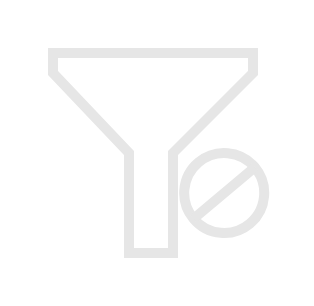
This is drawio/disableFilter.drawio from overturetool/vdm-vscode, a draw.io file, before an edit. Source tidied: cells renumbered, new cells numbered last; positions are measured from the earlier drawing's top-left corner, leaving out a move shared by most shapes. Both pictures are drawn from the tidied source at 200%, with x=0, y=0 at pixel (32, 32).
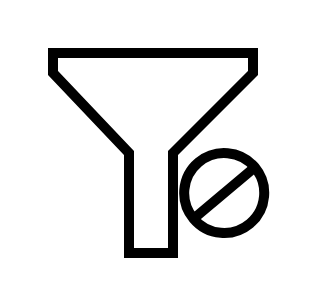
After the change.

Commit message (it also covers changes not shown here):
Change to disableFilter icon

Change to the diagram source:
```diff
@@
 <mxGraphModel>
   <root>
     <mxCell id="0" />
     <mxCell id="1" parent="0" />
     <mxCell id="2" style="whiteSpace=wrap;html=1;strokeWidth=5;strokeColor=none;fillColor=none;" parent="1" vertex="1">
       <mxGeometry width="120" height="120" as="geometry" />
     </mxCell>
-    <mxCell id="3" style="endArrow=none;html=1;strokeWidth=5;rounded=0;strokeColor=#E6E6E6;" parent="1" edge="1">
+    <mxCell id="3" style="endArrow=none;html=1;strokeWidth=5;rounded=0;" parent="1" edge="1">
       <mxGeometry relative="1" as="geometry">
         <mxPoint x="60" y="10" as="sourcePoint" />
         <mxPoint x="60" y="10" as="targetPoint" />
         <Array as="points">
           <mxPoint x="100" y="10" />
           <mxPoint x="110" y="10" />
           <mxPoint x="110" y="20" />
           <mxPoint x="70" y="60" />
           <mxPoint x="70" y="100" />
           <mxPoint x="70" y="110" />
           <mxPoint x="60" y="110" />
           <mxPoint x="48" y="110" />
           <mxPoint x="48" y="100" />
           <mxPoint x="48" y="60" />
           <mxPoint x="10" y="20" />
           <mxPoint x="10" y="10" />
           <mxPoint x="20" y="10" />
         </Array>
       </mxGeometry>
     </mxCell>
-    <mxCell id="4" style="shape=lineEllipse;line=vertical;perimeter=ellipsePerimeter;whiteSpace=wrap;html=1;backgroundOutline=1;rotation=50;strokeWidth=5;fillColor=none;strokeColor=#E6E6E6;" parent="1" vertex="1">
+    <mxCell id="4" style="shape=lineEllipse;line=vertical;perimeter=ellipsePerimeter;whiteSpace=wrap;html=1;backgroundOutline=1;rotation=50;strokeWidth=5;fillColor=none;" parent="1" vertex="1">
       <mxGeometry x="75.6" y="60" width="40" height="40" as="geometry" />
     </mxCell>
   </root>
 </mxGraphModel>
```
